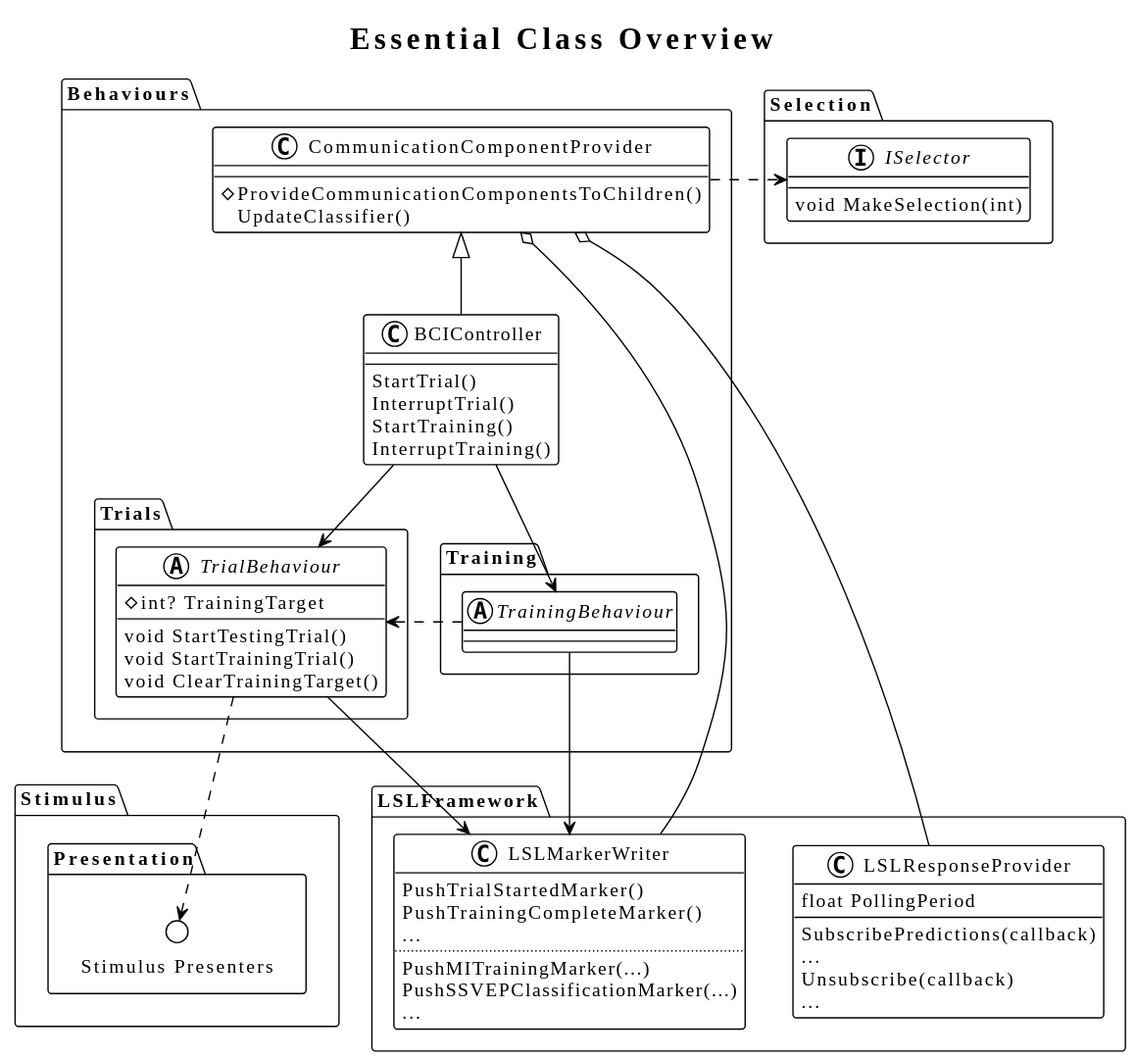
The PlantUML diagram content/bessy-unity/overview.svg in BCI-Games/bessy-docs, before a commit.
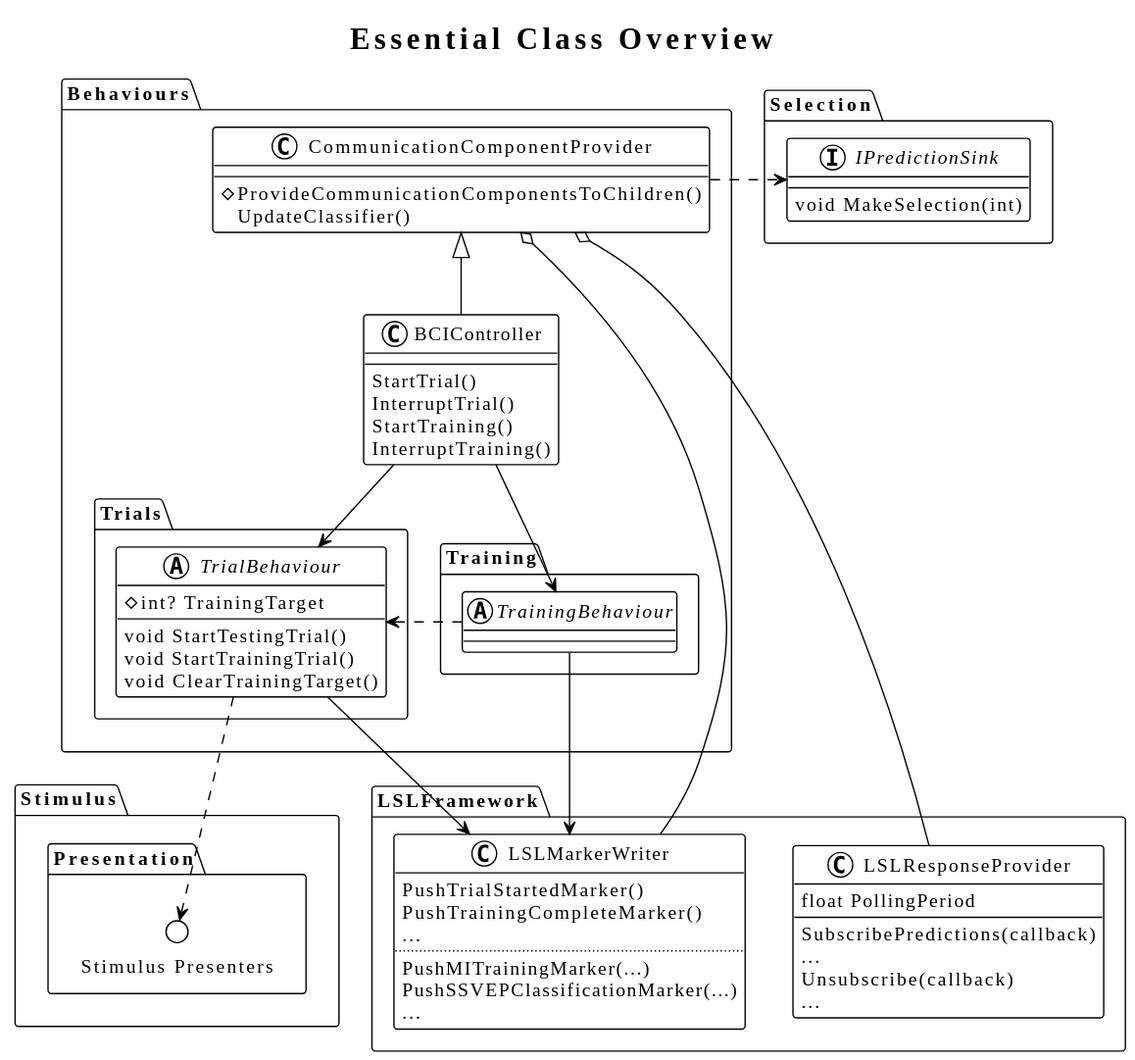
The same diagram one commit later.

Commit message:
Fixed references to unity `ISelector`

Change to the diagram source:
```diff
@@ -3,7 +3,7 @@
 title Essential Class Overview
 
 
-interface Selection.ISelector {
+interface Selection.IPredictionSink {
     void MakeSelection(int)
 }
 
@@ -40,7 +40,7 @@
 
     BCIController --> TrialBehaviour
     BCIController --> TrainingBehaviour
-    CommunicationComponentProvider .> ISelector
+    CommunicationComponentProvider .> IPredictionSink
 }
 
 namespace LSLFramework {
```
